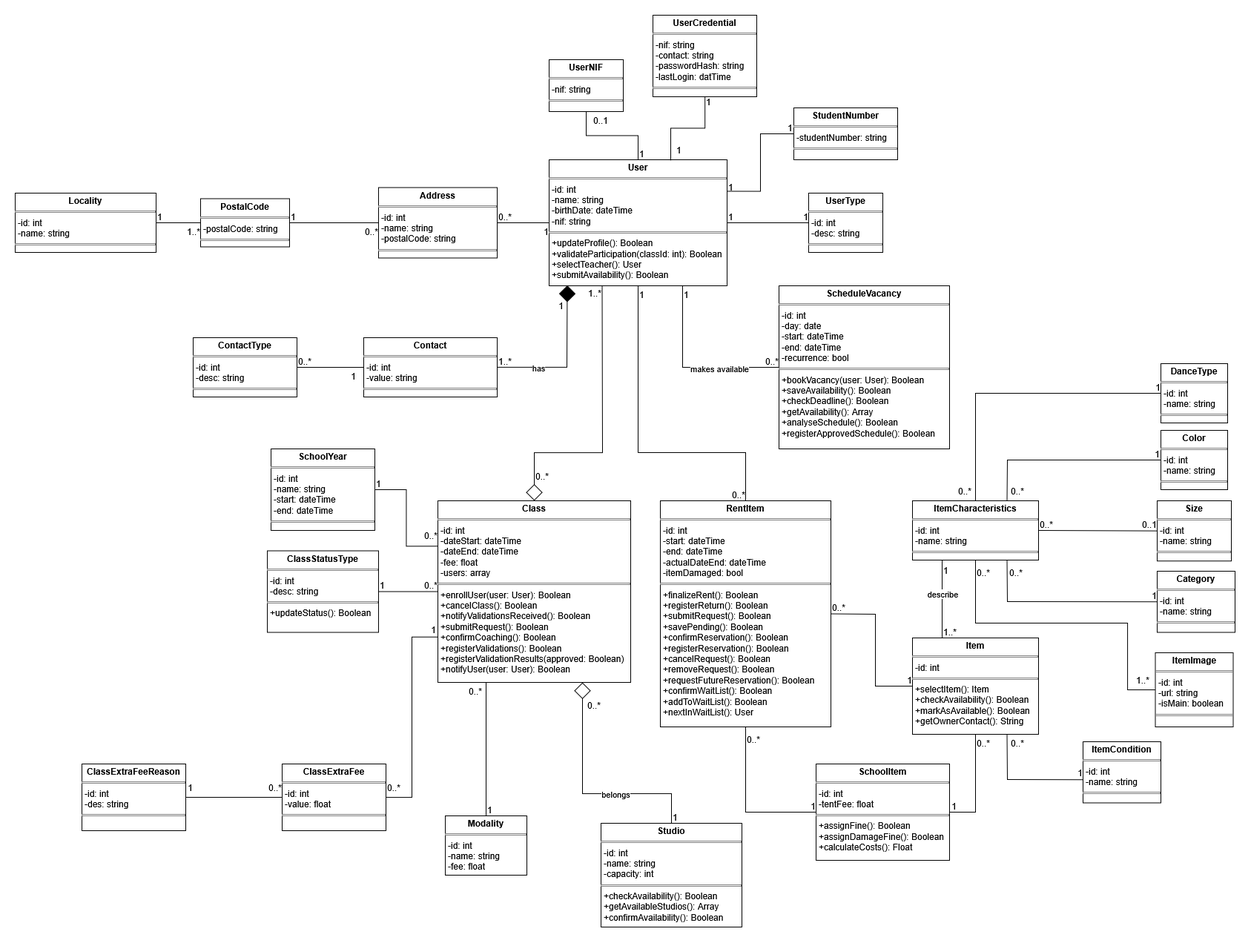
The draw.io diagram docs/diagrams/class/assets/class.png in nricardoba/lesi-pds-pw-dance-school, before a commit. Source tidied: cells renumbered, new cells last; positions are measured from the earlier drawing's top-left corner, leaving out a move shared by most shapes.
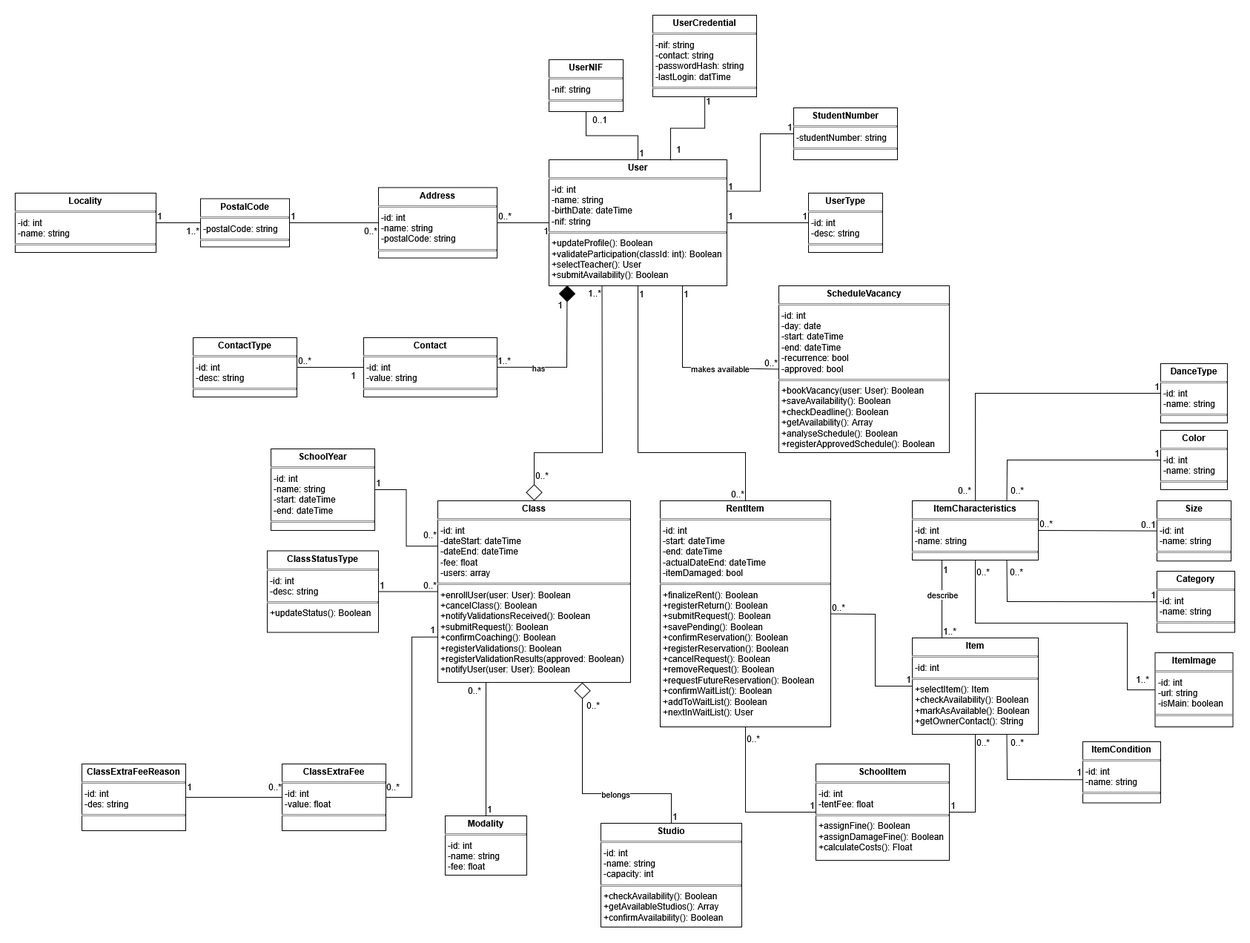
Above is the later version.

Commit message:
Docs: update class diagram

Diff of the diagram source:
```diff
@@ -26,8 +26,8 @@
     <mxCell id="9" value="&lt;p style=&quot;margin:0px;margin-top:4px;text-align:center;&quot;&gt;&lt;b&gt;Locality&lt;/b&gt;&lt;/p&gt;&lt;hr size=&quot;1&quot; style=&quot;border-style:solid;&quot;&gt;&lt;p style=&quot;margin:0px;margin-left:4px;&quot;&gt;-id: int&lt;br&gt;&lt;/p&gt;&lt;p style=&quot;margin:0px;margin-left:4px;&quot;&gt;-name: string&lt;/p&gt;&lt;hr size=&quot;1&quot; style=&quot;border-style:solid;&quot;&gt;&lt;p style=&quot;margin:0px;margin-left:4px;&quot;&gt;&lt;br&gt;&lt;/p&gt;" style="verticalAlign=top;align=left;overflow=fill;html=1;whiteSpace=wrap;" parent="1" vertex="1">
       <mxGeometry y="240" width="190" height="80" as="geometry" />
     </mxCell>
-    <mxCell id="10" value="&lt;p style=&quot;margin:0px;margin-top:4px;text-align:center;&quot;&gt;&lt;b&gt;ScheduleVacancy&lt;/b&gt;&lt;/p&gt;&lt;hr size=&quot;1&quot; style=&quot;border-style:solid;&quot;&gt;&lt;p style=&quot;margin:0px;margin-left:4px;&quot;&gt;-id: int&lt;/p&gt;&lt;p style=&quot;margin:0px;margin-left:4px;&quot;&gt;-day: date&lt;/p&gt;&lt;p style=&quot;margin:0px;margin-left:4px;&quot;&gt;-start: dateTime&lt;/p&gt;&lt;p style=&quot;margin:0px;margin-left:4px;&quot;&gt;-end: dateTime&lt;br&gt;&lt;/p&gt;&lt;p style=&quot;margin:0px;margin-left:4px;&quot;&gt;-recurrence: bool&lt;/p&gt;&lt;hr size=&quot;1&quot; style=&quot;border-style:solid;&quot;&gt;&lt;p style=&quot;margin:0px;margin-left:4px;&quot;&gt;+bookVacancy(user: User): Boolean&lt;br&gt;&lt;/p&gt;&lt;p style=&quot;margin: 0px 0px 0px 4px;&quot;&gt;&lt;span style=&quot;background-color: transparent; color: light-dark(rgb(0, 0, 0), rgb(255, 255, 255));&quot;&gt;+saveAvailability(): Boolean&lt;/span&gt;&lt;/p&gt;&lt;p style=&quot;margin: 0px 0px 0px 4px;&quot;&gt;+checkDeadline(): Boolean&lt;/p&gt;&lt;p style=&quot;margin: 0px 0px 0px 4px;&quot;&gt;+getAvailability(): Array&lt;/p&gt;&lt;p style=&quot;margin: 0px 0px 0px 4px;&quot;&gt;+analyseSchedule(): Boolean&lt;/p&gt;&lt;p style=&quot;margin: 0px 0px 0px 4px;&quot;&gt;+registerApprovedSchedule(): Boolean&lt;/p&gt;" style="verticalAlign=top;align=left;overflow=fill;html=1;whiteSpace=wrap;" parent="1" vertex="1">
-      <mxGeometry x="1030" y="365" width="230" height="220" as="geometry" />
+    <mxCell id="10" value="&lt;p style=&quot;margin:0px;margin-top:4px;text-align:center;&quot;&gt;&lt;b&gt;ScheduleVacancy&lt;/b&gt;&lt;/p&gt;&lt;hr size=&quot;1&quot; style=&quot;border-style:solid;&quot;&gt;&lt;p style=&quot;margin:0px;margin-left:4px;&quot;&gt;-id: int&lt;/p&gt;&lt;p style=&quot;margin:0px;margin-left:4px;&quot;&gt;-day: date&lt;/p&gt;&lt;p style=&quot;margin:0px;margin-left:4px;&quot;&gt;-start: dateTime&lt;/p&gt;&lt;p style=&quot;margin:0px;margin-left:4px;&quot;&gt;-end: dateTime&lt;br&gt;&lt;/p&gt;&lt;p style=&quot;margin:0px;margin-left:4px;&quot;&gt;-recurrence: bool&lt;/p&gt;&lt;p style=&quot;margin:0px;margin-left:4px;&quot;&gt;-approved: bool&lt;/p&gt;&lt;hr size=&quot;1&quot; style=&quot;border-style:solid;&quot;&gt;&lt;p style=&quot;margin:0px;margin-left:4px;&quot;&gt;+bookVacancy(user: User): Boolean&lt;br&gt;&lt;/p&gt;&lt;p style=&quot;margin: 0px 0px 0px 4px;&quot;&gt;&lt;span style=&quot;background-color: transparent; color: light-dark(rgb(0, 0, 0), rgb(255, 255, 255));&quot;&gt;+saveAvailability(): Boolean&lt;/span&gt;&lt;/p&gt;&lt;p style=&quot;margin: 0px 0px 0px 4px;&quot;&gt;+checkDeadline(): Boolean&lt;/p&gt;&lt;p style=&quot;margin: 0px 0px 0px 4px;&quot;&gt;+getAvailability(): Array&lt;/p&gt;&lt;p style=&quot;margin: 0px 0px 0px 4px;&quot;&gt;+analyseSchedule(): Boolean&lt;/p&gt;&lt;p style=&quot;margin: 0px 0px 0px 4px;&quot;&gt;+registerApprovedSchedule(): Boolean&lt;/p&gt;" style="verticalAlign=top;align=left;overflow=fill;html=1;whiteSpace=wrap;" parent="1" vertex="1">
+      <mxGeometry x="1030" y="365" width="230" height="225" as="geometry" />
     </mxCell>
     <mxCell id="11" value="&lt;p style=&quot;margin:0px;margin-top:4px;text-align:center;&quot;&gt;&lt;b&gt;Modality&lt;/b&gt;&lt;/p&gt;&lt;hr size=&quot;1&quot; style=&quot;border-style:solid;&quot;&gt;&lt;p style=&quot;margin:0px;margin-left:4px;&quot;&gt;-id: int&lt;/p&gt;&lt;p style=&quot;margin:0px;margin-left:4px;&quot;&gt;-name: string&lt;/p&gt;&lt;p style=&quot;margin:0px;margin-left:4px;&quot;&gt;-fee: float&lt;/p&gt;&lt;hr size=&quot;1&quot; style=&quot;border-style:solid;&quot;&gt;&lt;p style=&quot;margin:0px;margin-left:4px;&quot;&gt;&lt;br&gt;&lt;/p&gt;" style="verticalAlign=top;align=left;overflow=fill;html=1;whiteSpace=wrap;" parent="1" vertex="1">
       <mxGeometry x="580" y="1080" width="110" height="80" as="geometry" />
```
